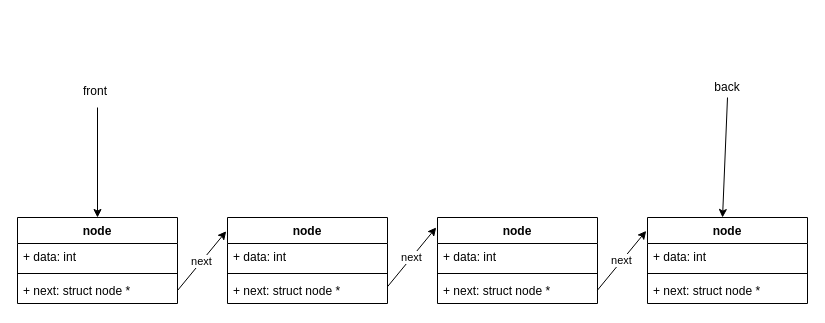
The draw.io diagram queues.drawio in Qantas94Heavy/COMP1511-20T2, before the edit. Source tidied: cells renumbered, new cells numbered last; positions are measured from the earlier drawing's top-left corner, leaving out a move shared by most shapes. Both pictures are drawn from the tidied source at 100%, with x=0, y=0 at pixel (17, 77).
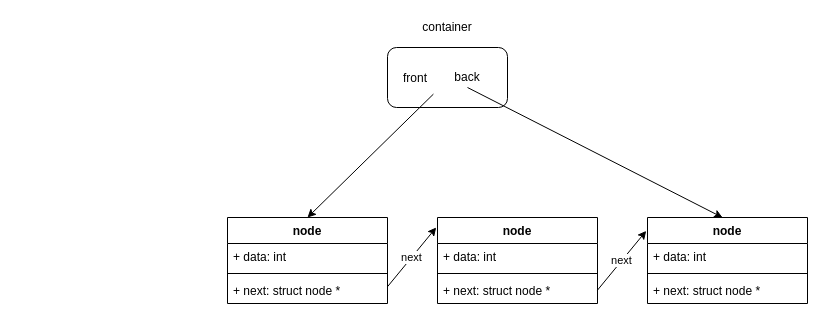
The same page after the edit.

The change refers to these unchanged cells:
```xml
<mxCell id="7" value="node" style="swimlane;fontStyle=1;align=center;verticalAlign=top;horizontal=1;startSize=26;" parent="1" vertex="1">
  <mxGeometry x="210" y="140" width="160" height="86" as="geometry" />
</mxCell>
```

What changed in the source:
```diff
@@
-    <mxCell id="2" value="node" style="swimlane;fontStyle=1;align=center;verticalAlign=top;horizontal=1;startSize=26;" parent="1" vertex="1">
-      <mxGeometry y="140" width="160" height="86" as="geometry" />
-    </mxCell>
-    <mxCell id="3" value="+ data: int" style="text;strokeColor=none;fillColor=none;align=left;verticalAlign=top;spacingLeft=4;spacingRight=4;overflow=hidden;" parent="2" vertex="1">
-      <mxGeometry y="26" width="160" height="26" as="geometry" />
-    </mxCell>
-    <mxCell id="4" style="line;strokeWidth=1;fillColor=none;align=left;verticalAlign=middle;spacingTop=-1;spacingLeft=3;spacingRight=3;labelPosition=right;" parent="2" vertex="1">
-      <mxGeometry y="52" width="160" height="8" as="geometry" />
-    </mxCell>
-    <mxCell id="5" value="+ next: struct node *" style="text;strokeColor=none;fillColor=none;align=left;verticalAlign=top;spacingLeft=4;spacingRight=4;overflow=hidden;points=[[0,0.5],[1,0.5]];portConstraint=eastwest;" parent="2" vertex="1">
-      <mxGeometry y="60" width="160" height="26" as="geometry" />
-    </mxCell>
-    <mxCell id="6" value="next" style="endArrow=classic;html=1;exitX=1;exitY=0.5;exitDx=0;exitDy=0;entryX=-0.008;entryY=0.16;entryDx=0;entryDy=0;entryPerimeter=0;" parent="1" edge="1" source="5" target="7">
-      <mxGeometry relative="1" as="geometry" />
-    </mxCell>
+    <mxCell id="25" style="rounded=1;whiteSpace=wrap;html=1;" parent="1" vertex="1">
+      <mxGeometry x="370" y="-30" width="120" height="60" as="geometry" />
+    </mxCell>
@@
-    <mxCell id="16" style="endArrow=classic;html=1;entryX=0.5;entryY=0;entryDx=0;entryDy=0;" parent="1" edge="1" target="2">
-      <mxGeometry relative="1" as="geometry">
-        <mxPoint x="80" y="30" as="sourcePoint" />
-      </mxGeometry>
+    <mxCell id="16" style="endArrow=classic;html=1;entryX=0.5;entryY=0;entryDx=0;entryDy=0;exitX=0.898;exitY=1.139;exitDx=0;exitDy=0;exitPerimeter=0;" parent="1" edge="1" source="17" target="7">
+      <mxGeometry relative="1" as="geometry" />
     </mxCell>
     <mxCell id="17" value="front" style="text;strokeColor=none;fillColor=none;align=left;verticalAlign=top;spacingLeft=4;spacingRight=4;overflow=hidden;points=[[0,0.5],[1,0.5]];portConstraint=eastwest;" parent="1" vertex="1">
-      <mxGeometry x="60" width="40" height="26" as="geometry" />
+      <mxGeometry x="380" y="-13" width="40" height="26" as="geometry" />
     </mxCell>
@@
     <mxCell id="19" value="back&lt;br&gt;" style="text;html=1;strokeColor=none;fillColor=none;align=center;verticalAlign=middle;whiteSpace=wrap;rounded=0;" parent="1" vertex="1">
-      <mxGeometry x="690" width="40" height="20" as="geometry" />
+      <mxGeometry x="430" y="-10" width="40" height="20" as="geometry" />
     </mxCell>
@@
+    <mxCell id="26" value="container" style="text;html=1;strokeColor=none;fillColor=none;align=center;verticalAlign=middle;whiteSpace=wrap;rounded=0;" parent="1" vertex="1">
+      <mxGeometry x="410" y="-60" width="40" height="20" as="geometry" />
+    </mxCell>
```
